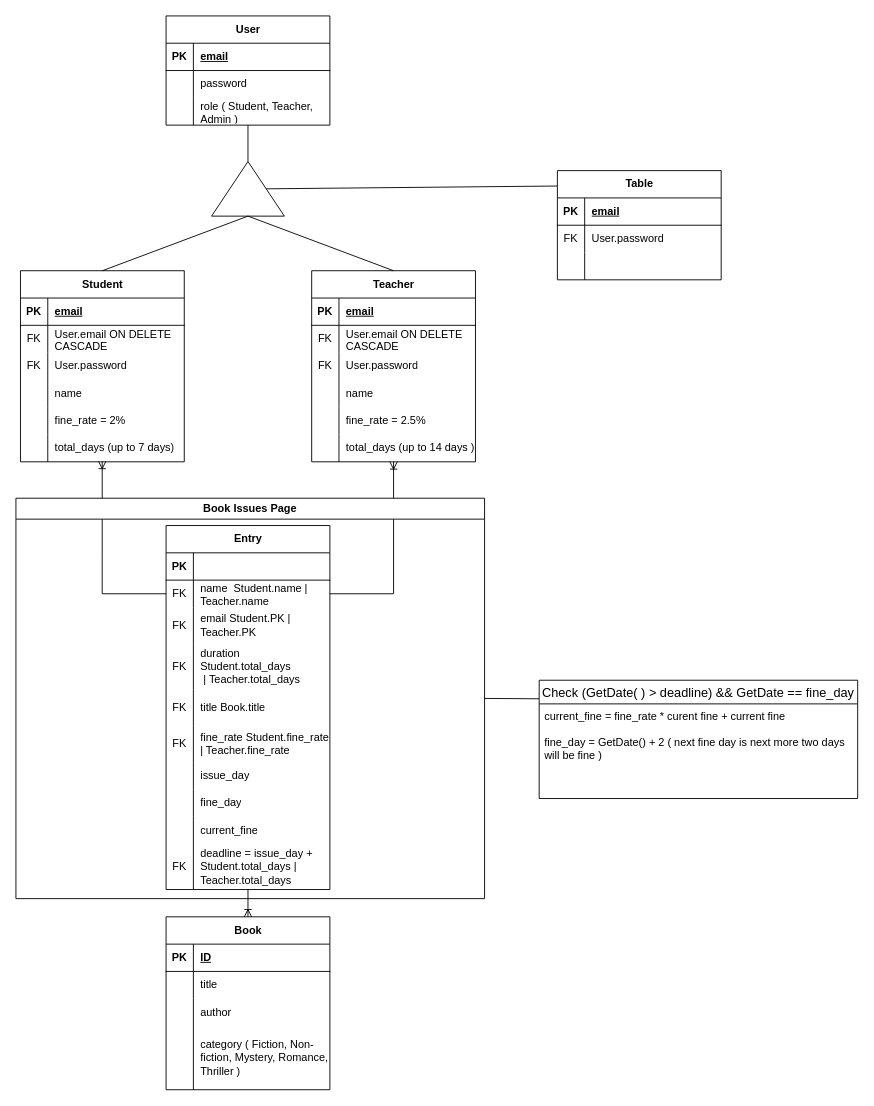
Earlier version of the draw.io diagram ERM.drawio (devadaviddd/BE-Library-Management). Source tidied: cells renumbered, new cells numbered last; positions are measured from the earlier drawing's top-left corner, leaving out a move shared by most shapes. Both pictures are drawn from the tidied source at 91%, with x=0, y=0 at pixel (15, 15).
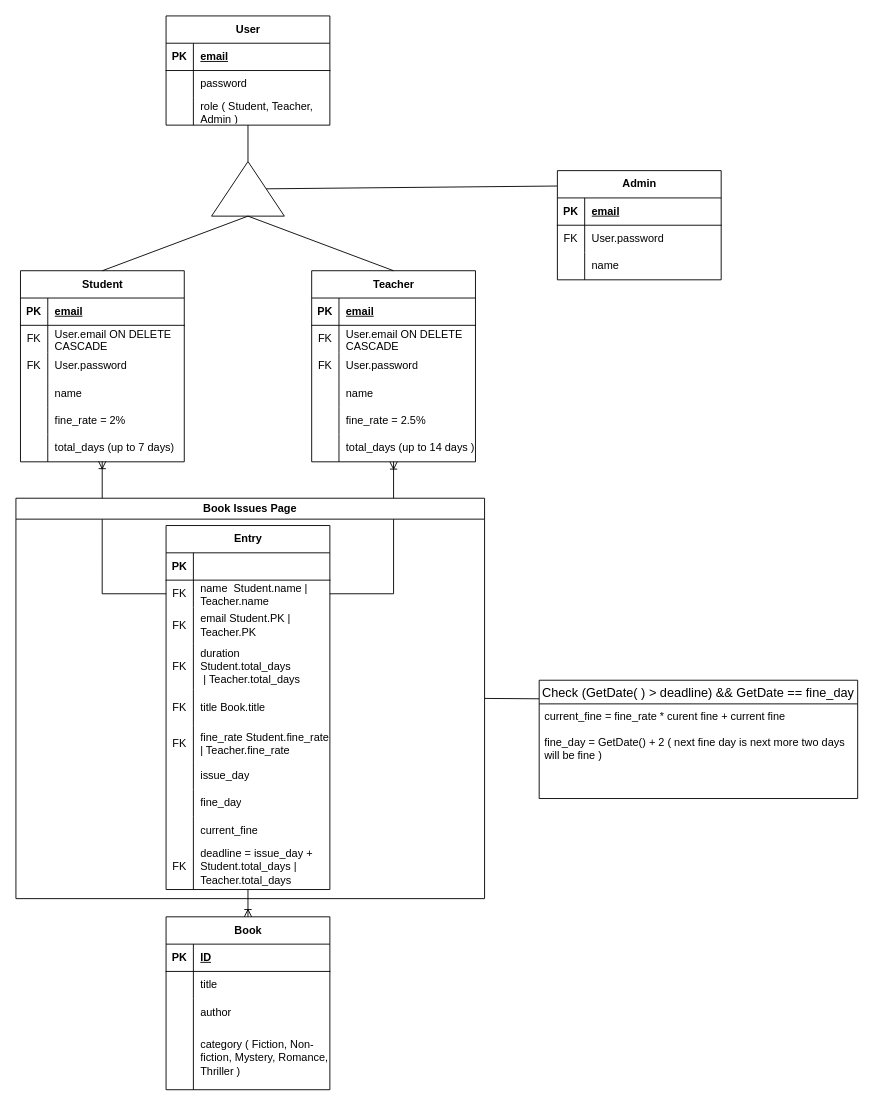
The same diagram, later.

The change refers to these unchanged cells:
```xml
<mxCell id="113" style="shape=tableRow;horizontal=0;startSize=0;swimlaneHead=0;swimlaneBody=0;fillColor=none;top=0;left=0;right=0;bottom=0;" parent="106" vertex="1">
  <mxGeometry y="90" width="180" height="30" as="geometry" />
</mxCell>
```

The edit, as a diff of the source:
```diff
@@
-    <mxCell id="106" value="Table" style="shape=table;startSize=30;childLayout=tableLayout;rowLines=0;fontStyle=1;align=center;html=1;" parent="1" vertex="1">
+    <mxCell id="106" value="Admin" style="shape=table;startSize=30;childLayout=tableLayout;rowLines=0;fontStyle=1;align=center;html=1;" parent="1" vertex="1">
       <mxGeometry x="595" y="170" width="180" height="120" as="geometry" />
     </mxCell>
@@
-    <mxCell id="115" style="shape=partialRectangle;fillColor=none;top=0;left=0;bottom=0;right=0;align=left;spacingLeft=6;overflow=hidden;whiteSpace=wrap;html=1;" parent="113" vertex="1">
+    <mxCell id="115" value="name" style="shape=partialRectangle;fillColor=none;top=0;left=0;bottom=0;right=0;align=left;spacingLeft=6;overflow=hidden;whiteSpace=wrap;html=1;" parent="113" vertex="1">
       <mxGeometry x="30" width="150" height="30" as="geometry" />
     </mxCell>
```
